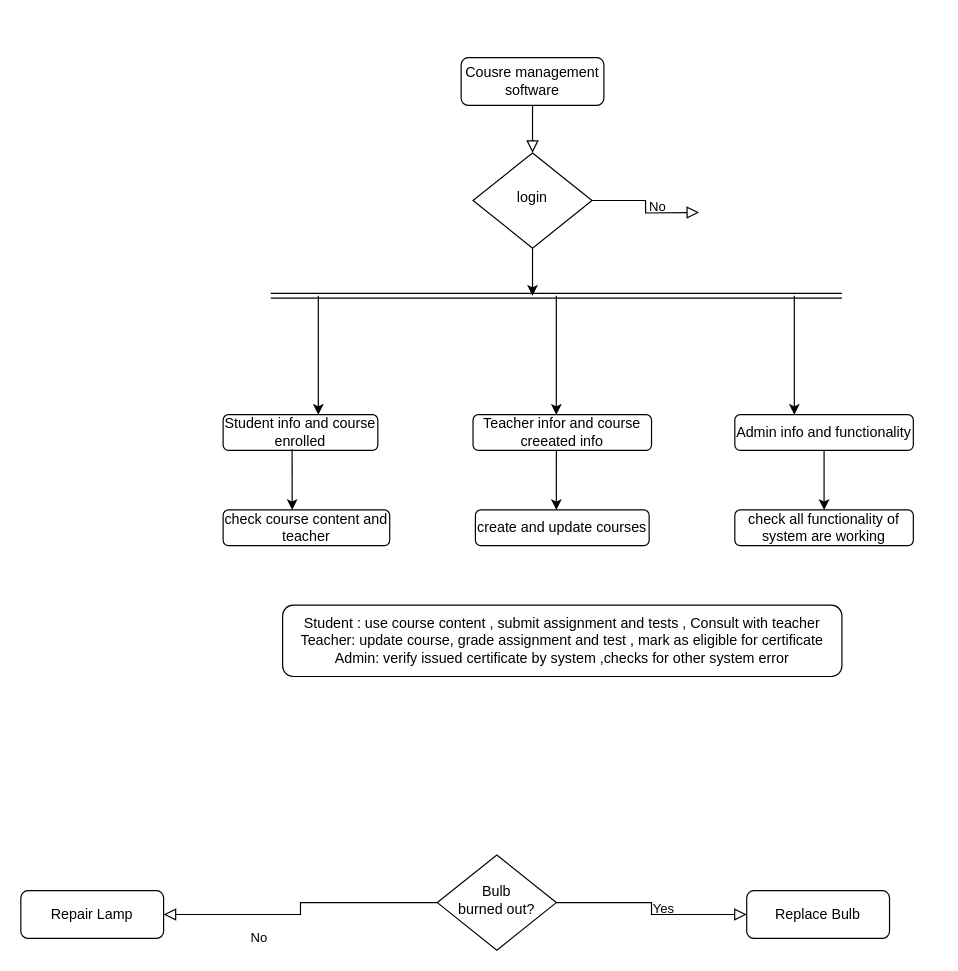
Before: Untitled Diagram2.drawio in upuadhikari/html-pages, a draw.io diagram. Source tidied: cells renumbered, new cells numbered last; positions are measured from the earlier drawing's top-left corner, leaving out a move shared by most shapes. Both pictures are drawn from the tidied source at 119%, with x=0, y=0 at pixel (20, 57).
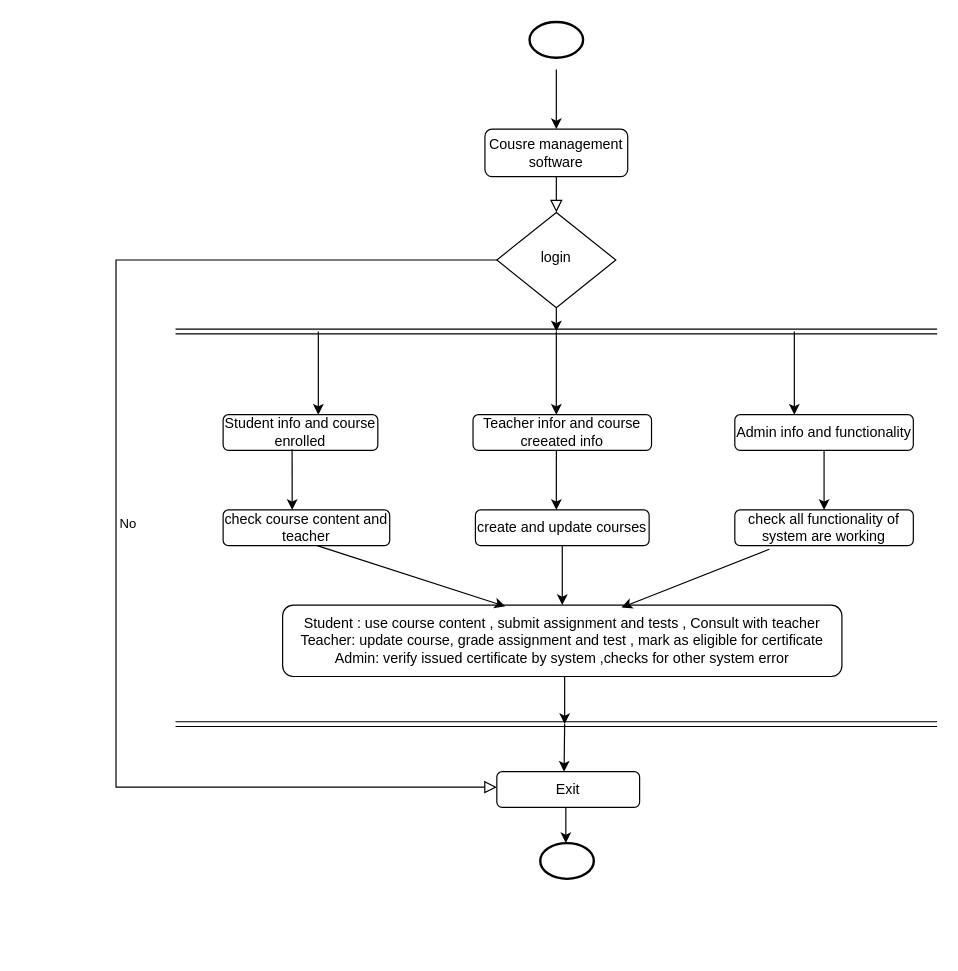
Above is the later version.

Unchanged cells that the change refers to:
```xml
<mxCell id="21" value="create and update courses" style="rounded=1;whiteSpace=wrap;html=1;" parent="1" vertex="1">
  <mxGeometry x="382" y="380" width="146" height="30" as="geometry" />
</mxCell>
<mxCell id="22" value="check all functionality of system are working" style="rounded=1;whiteSpace=wrap;html=1;" parent="1" vertex="1">
  <mxGeometry x="600" y="380" width="150" height="30" as="geometry" />
</mxCell>
<mxCell id="25" value="&lt;div&gt;Student : use course content , submit assignment and tests , Consult with teacher&lt;/div&gt;&lt;div&gt;Teacher: update course, grade assignment and test , mark as eligible for certificate&lt;/div&gt;&lt;div&gt;Admin: verify issued certificate by system ,checks for other system error &lt;br&gt;&lt;/div&gt;" style="rounded=1;whiteSpace=wrap;html=1;" parent="1" vertex="1">
  <mxGeometry x="220" y="460" width="470" height="60" as="geometry" />
</mxCell>
```

What changed in the source:
```diff
@@
     <mxCell id="3" value="Cousre management software" style="rounded=1;whiteSpace=wrap;html=1;fontSize=12;glass=0;strokeWidth=1;shadow=0;" parent="1" vertex="1">
-      <mxGeometry x="370" width="120" height="40" as="geometry" />
+      <mxGeometry x="390" y="60" width="120" height="40" as="geometry" />
     </mxCell>
     <mxCell id="4" value="No" style="edgeStyle=orthogonalEdgeStyle;rounded=0;html=1;jettySize=auto;fontSize=11;endArrow=block;endFill=0;endSize=8;strokeWidth=1;shadow=0;labelBackgroundColor=none;" parent="1" edge="1" source="5">
       <mxGeometry y="10" relative="1" as="geometry">
-        <mxPoint x="570" y="130" as="targetPoint" />
+        <mxPoint x="400" y="613" as="targetPoint" />
+        <Array as="points">
+          <mxPoint x="80" y="170" />
+          <mxPoint x="80" y="613" />
+        </Array>
       </mxGeometry>
     </mxCell>
     <mxCell id="5" value="login" style="rhombus;whiteSpace=wrap;html=1;shadow=0;fontFamily=Helvetica;fontSize=12;align=center;strokeWidth=1;spacing=6;spacingTop=-4;" parent="1" vertex="1">
-      <mxGeometry x="380" y="80" width="100" height="80" as="geometry" />
+      <mxGeometry x="400" y="130" width="100" height="80" as="geometry" />
     </mxCell>
-    <mxCell id="6" value="No" style="rounded=0;html=1;jettySize=auto;fontSize=11;endArrow=block;endFill=0;endSize=8;strokeWidth=1;shadow=0;labelBackgroundColor=none;edgeStyle=orthogonalEdgeStyle;" parent="1" edge="1" source="8" target="9">
-      <mxGeometry x="0.33" y="20" relative="1" as="geometry" />
-    </mxCell>
-    <mxCell id="7" value="Yes" style="edgeStyle=orthogonalEdgeStyle;rounded=0;html=1;jettySize=auto;fontSize=11;endArrow=block;endFill=0;endSize=8;strokeWidth=1;shadow=0;labelBackgroundColor=none;" parent="1" edge="1" source="8" target="10">
-      <mxGeometry y="10" relative="1" as="geometry" />
-    </mxCell>
-    <mxCell id="8" value="Bulb&lt;br&gt;burned out?" style="rhombus;whiteSpace=wrap;html=1;shadow=0;fontFamily=Helvetica;fontSize=12;align=center;strokeWidth=1;spacing=6;spacingTop=-4;" parent="1" vertex="1">
-      <mxGeometry x="350" y="670" width="100" height="80" as="geometry" />
-    </mxCell>
-    <mxCell id="9" value="Repair Lamp" style="rounded=1;whiteSpace=wrap;html=1;fontSize=12;glass=0;strokeWidth=1;shadow=0;" parent="1" vertex="1">
-      <mxGeometry y="700" width="120" height="40" as="geometry" />
-    </mxCell>
-    <mxCell id="10" value="Replace Bulb" style="rounded=1;whiteSpace=wrap;html=1;fontSize=12;glass=0;strokeWidth=1;shadow=0;" parent="1" vertex="1">
-      <mxGeometry x="610" y="700" width="120" height="40" as="geometry" />
-    </mxCell>
     <mxCell id="11" style="shape=link;html=1;" parent="1" edge="1">
       <mxGeometry relative="1" as="geometry">
-        <mxPoint x="210" y="200" as="sourcePoint" />
-        <mxPoint x="690" y="200" as="targetPoint" />
+        <mxPoint x="130" y="230" as="sourcePoint" />
+        <mxPoint x="770" y="230" as="targetPoint" />
       </mxGeometry>
     </mxCell>
     <mxCell id="12" style="endArrow=classic;html=1;exitX=0.5;exitY=1;exitDx=0;exitDy=0;" parent="1" edge="1" source="5">
       <mxGeometry relative="1" as="geometry">
-        <mxPoint x="430" y="200" as="targetPoint" />
-        <Array as="points">
-          <mxPoint x="430" y="200" />
-        </Array>
+        <mxPoint x="450" y="230" as="targetPoint" />
       </mxGeometry>
     </mxCell>
     <mxCell id="13" style="endArrow=classic;html=1;" parent="1" edge="1">
       <mxGeometry relative="1" as="geometry">
-        <mxPoint x="250" y="200" as="sourcePoint" />
+        <mxPoint x="250" y="230" as="sourcePoint" />
         <mxPoint x="250" y="300" as="targetPoint" />
       </mxGeometry>
     </mxCell>
     <mxCell id="14" style="endArrow=classic;html=1;" parent="1" edge="1">
       <mxGeometry relative="1" as="geometry">
-        <mxPoint x="450" y="200" as="sourcePoint" />
+        <mxPoint x="450" y="230" as="sourcePoint" />
         <mxPoint x="450" y="300" as="targetPoint" />
       </mxGeometry>
     </mxCell>
     <mxCell id="15" style="endArrow=classic;html=1;" parent="1" edge="1">
       <mxGeometry relative="1" as="geometry">
-        <mxPoint x="650" y="200" as="sourcePoint" />
+        <mxPoint x="650" y="230" as="sourcePoint" />
         <mxPoint x="650" y="300" as="targetPoint" />
       </mxGeometry>
     </mxCell>
@@
+    <mxCell id="26" style="endArrow=classic;html=1;entryX=0.398;entryY=0.017;entryDx=0;entryDy=0;entryPerimeter=0;" parent="1" edge="1" target="25">
+      <mxGeometry relative="1" as="geometry">
+        <mxPoint x="249" y="410" as="sourcePoint" />
+      </mxGeometry>
+    </mxCell>
+    <mxCell id="27" style="endArrow=classic;html=1;exitX=0.5;exitY=1;exitDx=0;exitDy=0;" parent="1" edge="1" source="21" target="25">
+      <mxGeometry relative="1" as="geometry" />
+    </mxCell>
+    <mxCell id="28" style="endArrow=classic;html=1;exitX=0.193;exitY=1.1;exitDx=0;exitDy=0;exitPerimeter=0;entryX=0.606;entryY=0.033;entryDx=0;entryDy=0;entryPerimeter=0;" parent="1" edge="1" source="22" target="25">
+      <mxGeometry relative="1" as="geometry" />
+    </mxCell>
+    <mxCell id="29" style="shape=link;html=1;" parent="1" edge="1">
+      <mxGeometry relative="1" as="geometry">
+        <mxPoint x="130" y="560" as="sourcePoint" />
+        <mxPoint x="770" y="560" as="targetPoint" />
+      </mxGeometry>
+    </mxCell>
+    <mxCell id="30" style="endArrow=classic;html=1;" parent="1" edge="1">
+      <mxGeometry relative="1" as="geometry">
+        <mxPoint x="457" y="520" as="sourcePoint" />
+        <mxPoint x="457" y="560" as="targetPoint" />
+        <Array as="points">
+          <mxPoint x="457" y="540" />
+        </Array>
+      </mxGeometry>
+    </mxCell>
+    <mxCell id="31" style="edgeStyle=orthogonalEdgeStyle;rounded=0;orthogonalLoop=1;jettySize=auto;html=1;" parent="1" edge="1">
+      <mxGeometry relative="1" as="geometry">
+        <mxPoint x="463" y="630" as="sourcePoint" />
+        <mxPoint x="458" y="660" as="targetPoint" />
+      </mxGeometry>
+    </mxCell>
+    <mxCell id="32" value="Exit" style="rounded=1;whiteSpace=wrap;html=1;" parent="1" vertex="1">
+      <mxGeometry x="400" y="600" width="120" height="30" as="geometry" />
+    </mxCell>
+    <mxCell id="33" style="strokeWidth=2;html=1;shape=mxgraph.flowchart.start_1;whiteSpace=wrap;" parent="1" vertex="1">
+      <mxGeometry x="427.5" y="-30" width="45" height="30" as="geometry" />
+    </mxCell>
+    <mxCell id="34" style="strokeWidth=2;html=1;shape=mxgraph.flowchart.start_1;whiteSpace=wrap;" parent="1" vertex="1">
+      <mxGeometry x="436.5" y="660" width="45" height="30" as="geometry" />
+    </mxCell>
+    <mxCell id="35" style="endArrow=classic;html=1;entryX=0.5;entryY=0;entryDx=0;entryDy=0;" parent="1" edge="1">
+      <mxGeometry relative="1" as="geometry">
+        <mxPoint x="457" y="560" as="sourcePoint" />
+        <mxPoint x="456.5" y="600" as="targetPoint" />
+      </mxGeometry>
+    </mxCell>
+    <mxCell id="36" style="endArrow=classic;html=1;entryX=0.5;entryY=0;entryDx=0;entryDy=0;" parent="1" edge="1" target="3">
+      <mxGeometry relative="1" as="geometry">
+        <mxPoint x="450" y="10" as="sourcePoint" />
+      </mxGeometry>
+    </mxCell>
```
